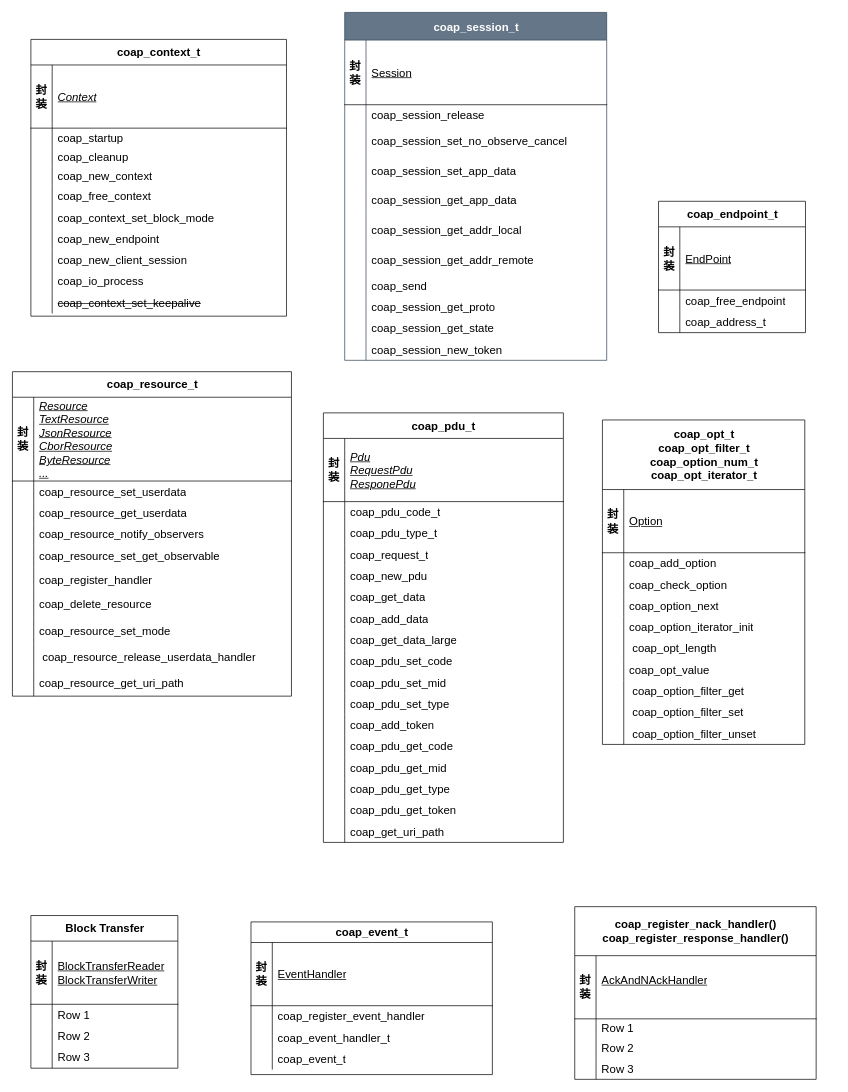
This is page "libcoap与C++封装映射" (3 of 4) of Coap/CoapPlusPlus/doc/coap.drawio from MrHulu/Learn-OpenGL, a draw.io file, before an edit. Source tidied: cells renumbered, new cells numbered last; positions are measured from the earlier drawing's top-left corner, leaving out a move shared by most shapes. Both pictures are drawn from the tidied source at 71%, with x=0, y=0 at pixel (12, 12).
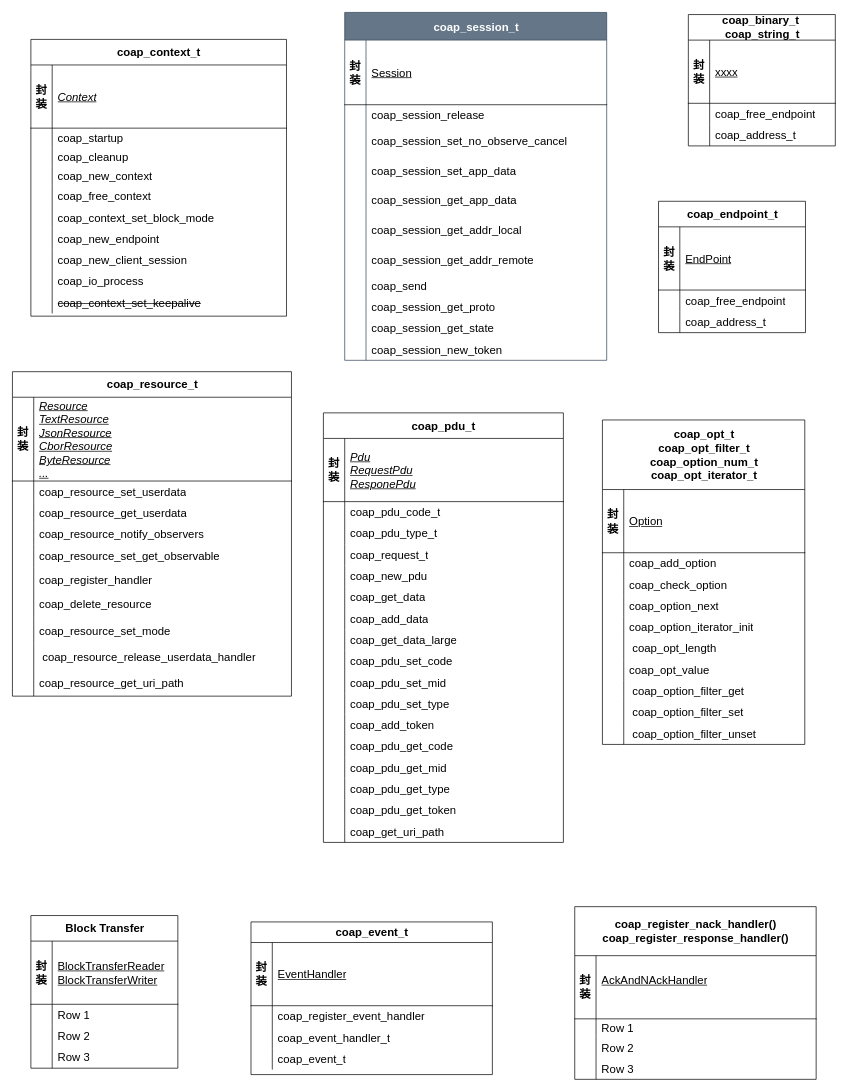
Above is the later version.

The edit, as a diff of the source:
```diff
@@
+    <mxCell id="230" value="coap_binary_t&amp;nbsp;&lt;br&gt;coap_string_t" style="shape=table;startSize=36;childLayout=tableLayout;rowLines=0;fontStyle=1;align=center;html=1;fontSize=16;" parent="1" vertex="1">
+      <mxGeometry x="952" y="3" width="207" height="185" as="geometry" />
+    </mxCell>
+    <mxCell id="231" style="shape=tableRow;horizontal=0;startSize=0;swimlaneHead=0;swimlaneBody=0;fillColor=none;top=0;left=0;right=0;bottom=1;fontSize=16;" parent="230" vertex="1">
+      <mxGeometry y="36" width="207" height="89" as="geometry" />
+    </mxCell>
+    <mxCell id="232" value="封装" style="shape=partialRectangle;fillColor=none;top=0;left=0;bottom=0;right=0;fontStyle=1;overflow=hidden;whiteSpace=wrap;html=1;fontSize=16;" parent="231" vertex="1">
+      <mxGeometry width="30" height="89" as="geometry" />
+    </mxCell>
+    <mxCell id="233" value="&lt;span style=&quot;font-weight: 400;&quot;&gt;xxxx&lt;/span&gt;" style="shape=partialRectangle;fillColor=none;top=0;left=0;bottom=0;right=0;align=left;spacingLeft=6;fontStyle=5;overflow=hidden;whiteSpace=wrap;html=1;fontSize=16;" parent="231" vertex="1">
+      <mxGeometry x="30" width="177" height="89" as="geometry" />
+    </mxCell>
+    <mxCell id="234" style="shape=tableRow;horizontal=0;startSize=0;swimlaneHead=0;swimlaneBody=0;fillColor=none;top=0;left=0;right=0;bottom=0;fontSize=16;" parent="230" vertex="1">
+      <mxGeometry y="125" width="207" height="30" as="geometry" />
+    </mxCell>
+    <mxCell id="235" style="shape=partialRectangle;fillColor=none;top=0;left=0;bottom=0;right=0;overflow=hidden;whiteSpace=wrap;html=1;fontSize=16;" parent="234" vertex="1">
+      <mxGeometry width="30" height="30" as="geometry" />
+    </mxCell>
+    <mxCell id="236" value="coap_free_endpoint" style="shape=partialRectangle;fillColor=none;top=0;left=0;bottom=0;right=0;align=left;spacingLeft=6;overflow=hidden;whiteSpace=wrap;html=1;fontSize=16;" parent="234" vertex="1">
+      <mxGeometry x="30" width="177" height="30" as="geometry" />
+    </mxCell>
+    <mxCell id="237" style="shape=tableRow;horizontal=0;startSize=0;swimlaneHead=0;swimlaneBody=0;fillColor=none;top=0;left=0;right=0;bottom=0;fontSize=16;" parent="230" vertex="1">
+      <mxGeometry y="155" width="207" height="30" as="geometry" />
+    </mxCell>
+    <mxCell id="238" style="shape=partialRectangle;fillColor=none;top=0;left=0;bottom=0;right=0;overflow=hidden;whiteSpace=wrap;html=1;fontSize=16;" parent="237" vertex="1">
+      <mxGeometry width="30" height="30" as="geometry" />
+    </mxCell>
+    <mxCell id="239" value="coap_address_t" style="shape=partialRectangle;fillColor=none;top=0;left=0;bottom=0;right=0;align=left;spacingLeft=6;overflow=hidden;whiteSpace=wrap;html=1;fontSize=16;" parent="237" vertex="1">
+      <mxGeometry x="30" width="177" height="30" as="geometry" />
+    </mxCell>
```
